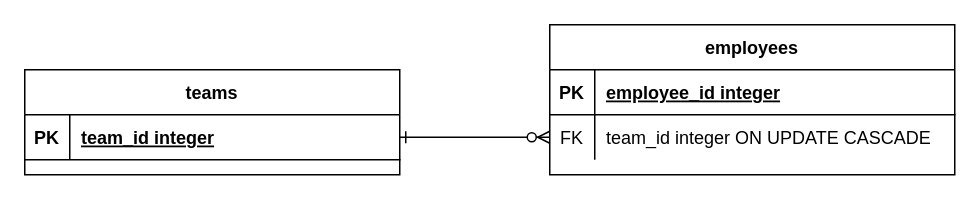
This is Диаграмма без названия.drawio from mackchay/pg_FKtest, a draw.io file, before an edit. Source tidied: cells renumbered, new cells numbered last; positions are measured from the earlier drawing's top-left corner, leaving out a move shared by most shapes. Both pictures are drawn from the tidied source at 150%, with x=0, y=0 at pixel (24, 24).
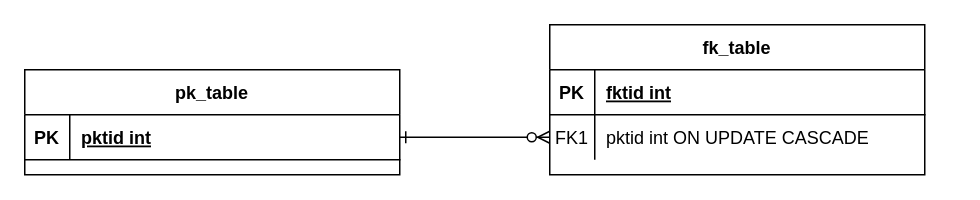
Above is the later version.

Diff of the diagram source:
```diff
@@
 <mxGraphModel>
   <root>
     <mxCell id="0" />
     <mxCell id="1" parent="0" />
     <mxCell id="2" style="edgeStyle=entityRelationEdgeStyle;endArrow=ERzeroToMany;startArrow=ERone;endFill=1;startFill=0;" parent="1" edge="1" source="11" target="7">
       <mxGeometry relative="1" as="geometry" />
     </mxCell>
-    <mxCell id="3" value="employees" style="shape=table;startSize=30;childLayout=tableLayout;rowLines=0;fontStyle=1;align=center;" parent="1" vertex="1">
-      <mxGeometry x="350" width="270" height="100" as="geometry" />
+    <mxCell id="3" value="fk_table" style="shape=table;startSize=30;childLayout=tableLayout;rowLines=0;fontStyle=1;align=center;" parent="1" vertex="1">
+      <mxGeometry x="350" width="250" height="100" as="geometry" />
     </mxCell>
     <mxCell id="4" style="shape=partialRectangle;fillColor=none;top=0;left=0;right=0;bottom=1;" parent="3" vertex="1">
-      <mxGeometry y="30" width="270" height="30" as="geometry" />
+      <mxGeometry y="30" width="250" height="30" as="geometry" />
     </mxCell>
     <mxCell id="5" value="PK" style="shape=partialRectangle;overflow=hidden;fillColor=none;top=0;left=0;bottom=0;right=0;fontStyle=1;" parent="4" vertex="1">
       <mxGeometry width="30" height="30" as="geometry" />
     </mxCell>
-    <mxCell id="6" value="employee_id integer" style="shape=partialRectangle;overflow=hidden;fillColor=none;top=0;left=0;bottom=0;right=0;align=left;spacingLeft=6;fontStyle=5;" parent="4" vertex="1">
-      <mxGeometry x="30" width="240" height="30" as="geometry" />
+    <mxCell id="6" value="fktid int" style="shape=partialRectangle;overflow=hidden;fillColor=none;top=0;left=0;bottom=0;right=0;align=left;spacingLeft=6;fontStyle=5;" parent="4" vertex="1">
+      <mxGeometry x="30" width="220" height="30" as="geometry" />
     </mxCell>
     <mxCell id="7" style="shape=partialRectangle;fillColor=none;points=[[0,0.5],[1,0.5]];portConstraint=eastwest;top=0;left=0;right=0;bottom=0;" parent="3" vertex="1">
-      <mxGeometry y="60" width="270" height="30" as="geometry" />
+      <mxGeometry y="60" width="250" height="30" as="geometry" />
     </mxCell>
-    <mxCell id="8" value="FK" style="shape=partialRectangle;overflow=hidden;fillColor=none;top=0;left=0;bottom=0;right=0;" parent="7" vertex="1">
+    <mxCell id="8" value="FK1" style="shape=partialRectangle;overflow=hidden;fillColor=none;top=0;left=0;bottom=0;right=0;" parent="7" vertex="1">
       <mxGeometry width="30" height="30" as="geometry" />
     </mxCell>
-    <mxCell id="9" value="team_id integer ON UPDATE CASCADE" style="shape=partialRectangle;overflow=hidden;fillColor=none;top=0;left=0;bottom=0;right=0;align=left;spacingLeft=6;" parent="7" vertex="1">
-      <mxGeometry x="30" width="240" height="30" as="geometry" />
+    <mxCell id="9" value="pktid int ON UPDATE CASCADE" style="shape=partialRectangle;overflow=hidden;fillColor=none;top=0;left=0;bottom=0;right=0;align=left;spacingLeft=6;" parent="7" vertex="1">
+      <mxGeometry x="30" width="220" height="30" as="geometry" />
     </mxCell>
-    <mxCell id="10" value="teams" style="shape=table;startSize=30;childLayout=tableLayout;rowLines=0;fontStyle=1;align=center;" parent="1" vertex="1">
+    <mxCell id="10" value="pk_table" style="shape=table;startSize=30;childLayout=tableLayout;rowLines=0;fontStyle=1;align=center;" parent="1" vertex="1">
       <mxGeometry y="30" width="250" height="70" as="geometry" />
     </mxCell>
     <mxCell id="11" style="shape=partialRectangle;fillColor=none;points=[[0,0.5],[1,0.5]];portConstraint=eastwest;top=0;left=0;right=0;bottom=1;" parent="10" vertex="1">
       <mxGeometry y="30" width="250" height="30" as="geometry" />
     </mxCell>
     <mxCell id="12" value="PK" style="shape=partialRectangle;overflow=hidden;fillColor=none;top=0;left=0;bottom=0;right=0;fontStyle=1;" parent="11" vertex="1">
       <mxGeometry width="30" height="30" as="geometry" />
     </mxCell>
-    <mxCell id="13" value="team_id integer" style="shape=partialRectangle;overflow=hidden;fillColor=none;top=0;left=0;bottom=0;right=0;align=left;spacingLeft=6;fontStyle=5;" parent="11" vertex="1">
+    <mxCell id="13" value="pktid int" style="shape=partialRectangle;overflow=hidden;fillColor=none;top=0;left=0;bottom=0;right=0;align=left;spacingLeft=6;fontStyle=5;" parent="11" vertex="1">
       <mxGeometry x="30" width="220" height="30" as="geometry" />
     </mxCell>
   </root>
 </mxGraphModel>
```
